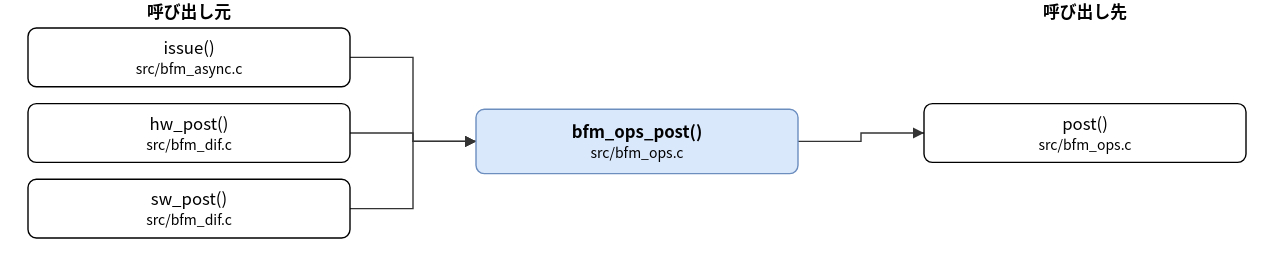
Earlier version of the draw.io export doc/spec/images/call_src_bfm_ops-bfm_ops_post.drawio.svg (hf355051012-ai/bfmem). Source tidied: cells renumbered, new cells last; positions are measured from the earlier drawing's top-left corner, leaving out a move shared by most shapes.
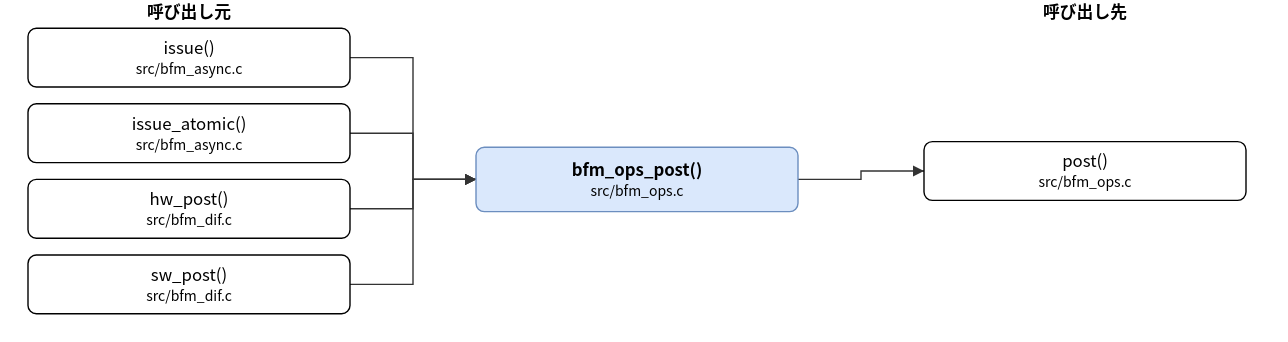
The same diagram one commit later.

Change to the diagram source:
```diff
@@ -3,25 +3,28 @@
     <mxCell id="0" />
     <mxCell id="1" parent="0" />
     <mxCell id="2" value="bfm_ops_post()&lt;br&gt;&lt;font style=&quot;font-size:10px&quot;&gt;src/bfm_ops.c&lt;/font&gt;" style="rounded=1;whiteSpace=wrap;html=1;fillColor=#dae8fc;strokeColor=#6c8ebf;fontStyle=1;" parent="1" vertex="1">
-      <mxGeometry x="320" y="78" width="230" height="46" as="geometry" />
+      <mxGeometry x="320" y="105" width="230" height="46" as="geometry" />
     </mxCell>
     <mxCell id="3" value="issue()&lt;br&gt;&lt;font style=&quot;font-size:10px&quot;&gt;src/bfm_async.c&lt;/font&gt;" style="rounded=1;whiteSpace=wrap;html=1;" parent="1" vertex="1">
       <mxGeometry y="20" width="230" height="42" as="geometry" />
     </mxCell>
-    <mxCell id="4" value="hw_post()&lt;br&gt;&lt;font style=&quot;font-size:10px&quot;&gt;src/bfm_dif.c&lt;/font&gt;" style="rounded=1;whiteSpace=wrap;html=1;" parent="1" vertex="1">
+    <mxCell id="4" value="issue_atomic()&lt;br&gt;&lt;font style=&quot;font-size:10px&quot;&gt;src/bfm_async.c&lt;/font&gt;" style="rounded=1;whiteSpace=wrap;html=1;" parent="1" vertex="1">
       <mxGeometry y="74" width="230" height="42" as="geometry" />
     </mxCell>
-    <mxCell id="5" value="sw_post()&lt;br&gt;&lt;font style=&quot;font-size:10px&quot;&gt;src/bfm_dif.c&lt;/font&gt;" style="rounded=1;whiteSpace=wrap;html=1;" parent="1" vertex="1">
+    <mxCell id="5" value="hw_post()&lt;br&gt;&lt;font style=&quot;font-size:10px&quot;&gt;src/bfm_dif.c&lt;/font&gt;" style="rounded=1;whiteSpace=wrap;html=1;" parent="1" vertex="1">
       <mxGeometry y="128" width="230" height="42" as="geometry" />
     </mxCell>
+    <mxCell id="13" value="sw_post()&lt;br&gt;&lt;font style=&quot;font-size:10px&quot;&gt;src/bfm_dif.c&lt;/font&gt;" style="rounded=1;whiteSpace=wrap;html=1;" parent="1" vertex="1">
+      <mxGeometry y="182" width="230" height="42" as="geometry" />
+    </mxCell>
     <mxCell id="6" value="post()&lt;br&gt;&lt;font style=&quot;font-size:10px&quot;&gt;src/bfm_ops.c&lt;/font&gt;" style="rounded=1;whiteSpace=wrap;html=1;" parent="1" vertex="1">
-      <mxGeometry x="640" y="74" width="230" height="42" as="geometry" />
+      <mxGeometry x="640" y="101" width="230" height="42" as="geometry" />
     </mxCell>
     <mxCell id="7" style="edgeStyle=none;html=1;rounded=0;endArrow=block;endFill=1;exitX=1.0000;exitY=0.5000;exitDx=0;exitDy=0;exitPerimeter=0;entryX=0.0000;entryY=0.5000;entryDx=0;entryDy=0;entryPerimeter=0;" parent="1" edge="1" source="3" target="2">
       <mxGeometry relative="1" as="geometry">
         <Array as="points">
           <mxPoint x="275" y="41" />
-          <mxPoint x="275" y="101" />
+          <mxPoint x="275" y="128" />
         </Array>
       </mxGeometry>
     </mxCell>
@@ -29,7 +32,7 @@
       <mxGeometry relative="1" as="geometry">
         <Array as="points">
           <mxPoint x="275" y="95" />
-          <mxPoint x="275" y="101" />
+          <mxPoint x="275" y="128" />
         </Array>
       </mxGeometry>
     </mxCell>
@@ -37,18 +40,26 @@
       <mxGeometry relative="1" as="geometry">
         <Array as="points">
           <mxPoint x="275" y="149" />
-          <mxPoint x="275" y="101" />
+          <mxPoint x="275" y="128" />
         </Array>
       </mxGeometry>
     </mxCell>
-    <mxCell id="10" style="edgeStyle=none;html=1;rounded=0;endArrow=block;endFill=1;exitX=1.0000;exitY=0.5000;exitDx=0;exitDy=0;exitPerimeter=0;entryX=0.0000;entryY=0.5000;entryDx=0;entryDy=0;entryPerimeter=0;" parent="1" edge="1" source="2" target="6">
+    <mxCell id="10" style="edgeStyle=none;html=1;rounded=0;endArrow=block;endFill=1;exitX=1.0000;exitY=0.5000;exitDx=0;exitDy=0;exitPerimeter=0;entryX=0.0000;entryY=0.5000;entryDx=0;entryDy=0;entryPerimeter=0;" parent="1" edge="1" source="13" target="2">
       <mxGeometry relative="1" as="geometry">
         <Array as="points">
-          <mxPoint x="595" y="101" />
-          <mxPoint x="595" y="95" />
+          <mxPoint x="275" y="203" />
+          <mxPoint x="275" y="128" />
         </Array>
       </mxGeometry>
     </mxCell>
+    <mxCell id="14" style="edgeStyle=none;html=1;rounded=0;endArrow=block;endFill=1;exitX=1.0000;exitY=0.5000;exitDx=0;exitDy=0;exitPerimeter=0;entryX=0.0000;entryY=0.5000;entryDx=0;entryDy=0;entryPerimeter=0;" parent="1" edge="1" source="2" target="6">
+      <mxGeometry relative="1" as="geometry">
+        <Array as="points">
+          <mxPoint x="595" y="128" />
+          <mxPoint x="595" y="122" />
+        </Array>
+      </mxGeometry>
+    </mxCell>
     <mxCell id="11" value="呼び出し元" style="text;html=1;align=center;fontStyle=1;" parent="1" vertex="1">
       <mxGeometry x="35" width="160" height="18" as="geometry" />
     </mxCell>
```
